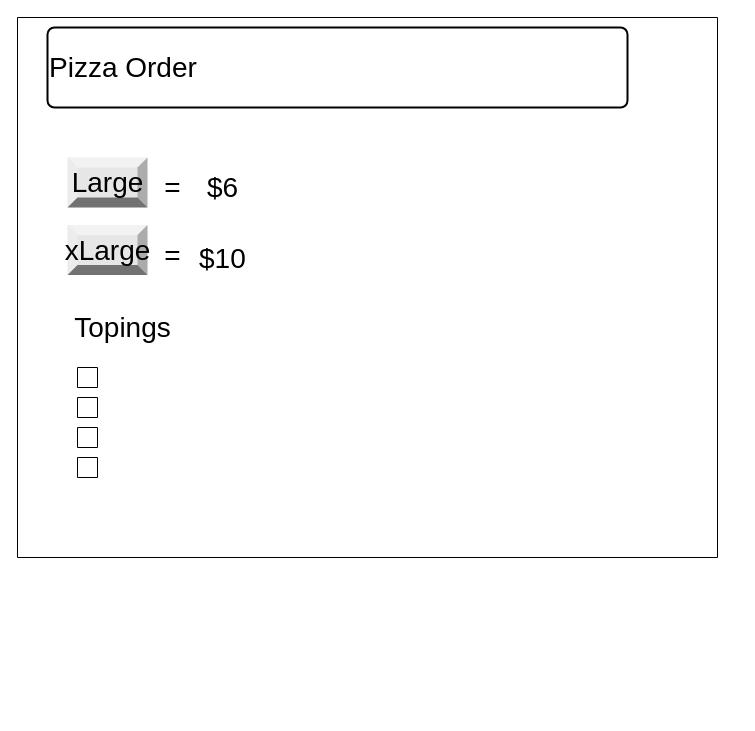
Above: design/story-board.drawio in Emmanuel-Fofeyin/ICS20assignment4-html (draw.io), before the change. Source tidied: cells renumbered, new cells numbered last; positions are measured from the earlier drawing's top-left corner, leaving out a move shared by most shapes. Both pictures are drawn from the tidied source at 100%, with x=0, y=0 at pixel (17, 17).
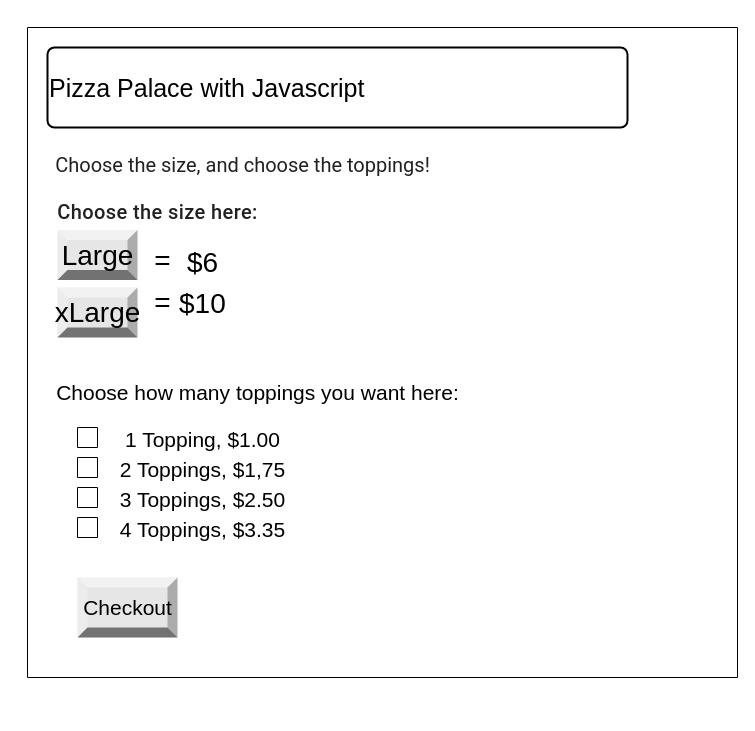
The same diagram, later.

Diff of the diagram source:
```diff
@@
 <mxGraphModel>
   <root>
     <mxCell id="0" />
     <mxCell id="1" parent="0" />
     <mxCell id="2" value="&lt;br&gt;&lt;br&gt;" style="verticalLabelPosition=bottom;verticalAlign=top;html=1;shape=mxgraph.basic.rect;fillColor2=none;strokeWidth=1;size=20;indent=5;" parent="1" vertex="1">
-      <mxGeometry width="700" height="540" as="geometry" />
+      <mxGeometry x="10" y="10" width="710" height="650" as="geometry" />
     </mxCell>
-    <mxCell id="3" value="&lt;font style=&quot;font-size: 28px&quot;&gt;Pizza Order&lt;/font&gt;" style="rounded=1;whiteSpace=wrap;html=1;absoluteArcSize=1;arcSize=14;strokeWidth=2;align=left;" parent="1" vertex="1">
-      <mxGeometry x="30" y="10" width="580" height="80" as="geometry" />
+    <mxCell id="3" value="&lt;font style=&quot;font-size: 25px&quot;&gt;Pizza Palace with Javascript&lt;/font&gt;" style="rounded=1;whiteSpace=wrap;html=1;absoluteArcSize=1;arcSize=14;strokeWidth=2;align=left;" parent="1" vertex="1">
+      <mxGeometry x="30" y="30" width="580" height="80" as="geometry" />
     </mxCell>
     <mxCell id="4" value="Large" style="labelPosition=center;verticalLabelPosition=middle;align=center;html=1;shape=mxgraph.basic.shaded_button;dx=10;fillColor=#E6E6E6;strokeColor=none;fontSize=28;" parent="1" vertex="1">
-      <mxGeometry x="50" y="140" width="80" height="50" as="geometry" />
+      <mxGeometry x="40" y="212.5" width="80" height="50" as="geometry" />
     </mxCell>
     <mxCell id="5" value="xLarge" style="labelPosition=center;verticalLabelPosition=middle;align=center;html=1;shape=mxgraph.basic.shaded_button;dx=10;fillColor=#E6E6E6;strokeColor=none;fontSize=28;" parent="1" vertex="1">
-      <mxGeometry x="50" y="207.5" width="80" height="50" as="geometry" />
+      <mxGeometry x="40" y="270" width="80" height="50" as="geometry" />
     </mxCell>
     <mxCell id="6" value="=" style="text;html=1;align=center;verticalAlign=middle;strokeColor=none;fillColor=none;fontSize=28;" parent="1" vertex="1">
-      <mxGeometry x="140" y="150" width="30" height="40" as="geometry" />
+      <mxGeometry x="130" y="222.5" width="30" height="40" as="geometry" />
     </mxCell>
+    <mxCell id="15" style="edgeStyle=none;html=1;fontSize=25;" parent="1" edge="1" source="7" target="9">
+      <mxGeometry relative="1" as="geometry" />
+    </mxCell>
     <mxCell id="7" value="&lt;span style=&quot;font-family: &amp;#34;helvetica&amp;#34;&quot;&gt;=&lt;/span&gt;" style="text;html=1;align=center;verticalAlign=middle;points=[];strokeColor=none;fillColor=none;fontSize=28;" parent="1" vertex="1">
-      <mxGeometry x="140" y="217.5" width="30" height="40" as="geometry" />
+      <mxGeometry x="130" y="265" width="30" height="40" as="geometry" />
     </mxCell>
     <mxCell id="8" value="$6" style="text;html=1;align=center;verticalAlign=middle;strokeColor=none;fillColor=none;fontSize=28;" parent="1" vertex="1">
-      <mxGeometry x="180" y="150" width="50" height="40" as="geometry" />
+      <mxGeometry x="160" y="225" width="50" height="40" as="geometry" />
     </mxCell>
     <mxCell id="9" value="&lt;div style=&quot;text-align: center&quot;&gt;&lt;span&gt;&lt;font face=&quot;helvetica&quot;&gt;$10&lt;/font&gt;&lt;/span&gt;&lt;/div&gt;" style="text;whiteSpace=wrap;html=1;fontSize=28;" parent="1" vertex="1">
-      <mxGeometry x="180" y="217.5" width="90" height="45" as="geometry" />
+      <mxGeometry x="160" y="262.5" width="90" height="45" as="geometry" />
     </mxCell>
-    <mxCell id="10" value="Topings" style="text;html=1;align=center;verticalAlign=middle;strokeColor=none;fillColor=none;fontSize=28;" parent="1" vertex="1">
-      <mxGeometry x="50" y="290" width="110" height="40" as="geometry" />
-    </mxCell>
     <mxCell id="11" style="verticalLabelPosition=bottom;verticalAlign=top;html=1;shape=mxgraph.basic.rect;fillColor2=none;strokeWidth=1;size=0;indent=5;fontSize=28;" parent="1" vertex="1">
-      <mxGeometry x="60" y="350" width="20" height="20" as="geometry" />
+      <mxGeometry x="60" y="410" width="20" height="20" as="geometry" />
     </mxCell>
     <mxCell id="12" style="verticalLabelPosition=bottom;verticalAlign=top;html=1;shape=mxgraph.basic.rect;fillColor2=none;strokeWidth=1;size=0;indent=5;fontSize=28;" parent="1" vertex="1">
-      <mxGeometry x="60" y="380" width="20" height="20" as="geometry" />
+      <mxGeometry x="60" y="440" width="20" height="20" as="geometry" />
     </mxCell>
     <mxCell id="13" style="verticalLabelPosition=bottom;verticalAlign=top;html=1;shape=mxgraph.basic.rect;fillColor2=none;strokeWidth=1;size=0;indent=5;fontSize=28;" parent="1" vertex="1">
-      <mxGeometry x="60" y="410" width="20" height="20" as="geometry" />
+      <mxGeometry x="60" y="470" width="20" height="20" as="geometry" />
     </mxCell>
     <mxCell id="14" style="verticalLabelPosition=bottom;verticalAlign=top;html=1;shape=mxgraph.basic.rect;fillColor2=none;strokeWidth=1;size=0;indent=5;fontSize=28;" parent="1" vertex="1">
-      <mxGeometry x="60" y="440" width="20" height="20" as="geometry" />
+      <mxGeometry x="60" y="500" width="20" height="20" as="geometry" />
     </mxCell>
+    <mxCell id="16" value="&lt;h4 style=&quot;padding: 0px ; font-family: &amp;#34;roboto&amp;#34; , &amp;#34;helvetica&amp;#34; , &amp;#34;arial&amp;#34; , sans-serif ; font-weight: 400 ; line-height: 32px ; margin: 24px 0px 16px ; color: rgba(0 , 0 , 0 , 0.87)&quot;&gt;&lt;font style=&quot;font-size: 20px&quot;&gt;Choose the size, and choose the toppings!&lt;/font&gt;&lt;/h4&gt;" style="text;html=1;align=center;verticalAlign=middle;strokeColor=none;fillColor=none;" parent="1" vertex="1">
+      <mxGeometry x="30" y="105" width="390" height="80" as="geometry" />
+    </mxCell>
+    <mxCell id="17" value="&lt;h5 style=&quot;padding: 0px ; font-size: 20px ; font-weight: 500 ; line-height: 1 ; letter-spacing: 0.02em ; font-family: &amp;#34;roboto&amp;#34; , &amp;#34;helvetica&amp;#34; , &amp;#34;arial&amp;#34; , sans-serif ; margin: 24px 0px 16px ; color: rgba(0 , 0 , 0 , 0.87)&quot;&gt;Choose the size here:&lt;/h5&gt;" style="text;html=1;align=center;verticalAlign=middle;strokeColor=none;fillColor=none;fontSize=25;" parent="1" vertex="1">
+      <mxGeometry x="30" y="155" width="220" height="70" as="geometry" />
+    </mxCell>
+    <mxCell id="18" value="&lt;font style=&quot;font-size: 21px&quot;&gt;1 Topping, $1.00&lt;br&gt;2 Toppings, $1,75&lt;br&gt;3 Toppings, $2.50&lt;br&gt;4 Toppings, $3.35&lt;/font&gt;" style="text;html=1;align=center;verticalAlign=middle;strokeColor=none;fillColor=none;fontSize=25;" parent="1" vertex="1">
+      <mxGeometry x="95" y="400" width="180" height="130" as="geometry" />
+    </mxCell>
+    <mxCell id="19" value="Choose how many toppings you want here:" style="text;html=1;align=center;verticalAlign=middle;strokeColor=none;fillColor=none;fontSize=21;" parent="1" vertex="1">
+      <mxGeometry x="30" y="360" width="420" height="30" as="geometry" />
+    </mxCell>
+    <mxCell id="20" value="Checkout" style="labelPosition=center;verticalLabelPosition=middle;align=center;html=1;shape=mxgraph.basic.shaded_button;dx=10;fillColor=#E6E6E6;strokeColor=none;labelBackgroundColor=none;fontSize=21;" parent="1" vertex="1">
+      <mxGeometry x="60" y="560" width="100" height="60" as="geometry" />
+    </mxCell>
   </root>
 </mxGraphModel>
```
